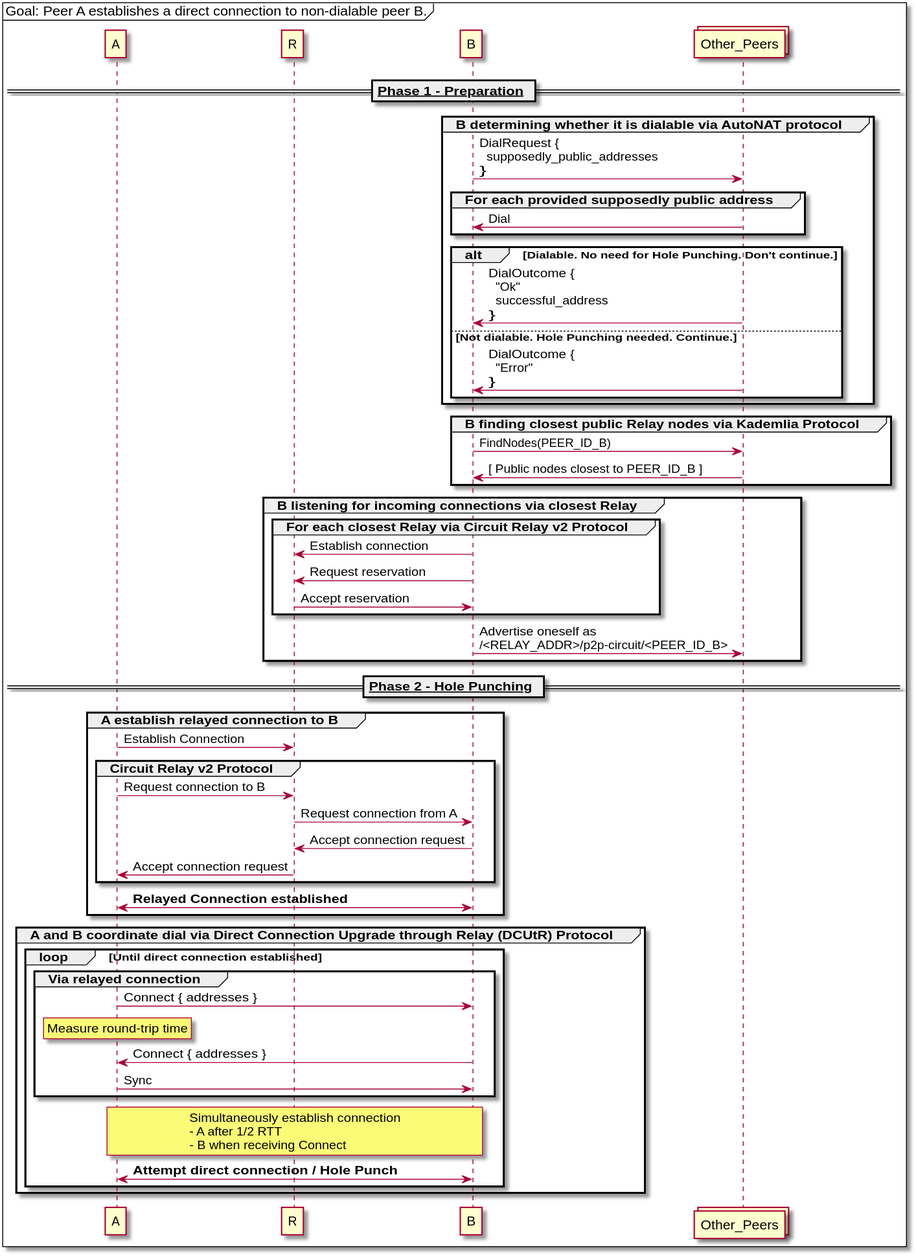
This is src/assets/libp2p-hole-punching-overview.svg from ipfs/ipfs-blog, a PlantUML export, as it was before one commit.
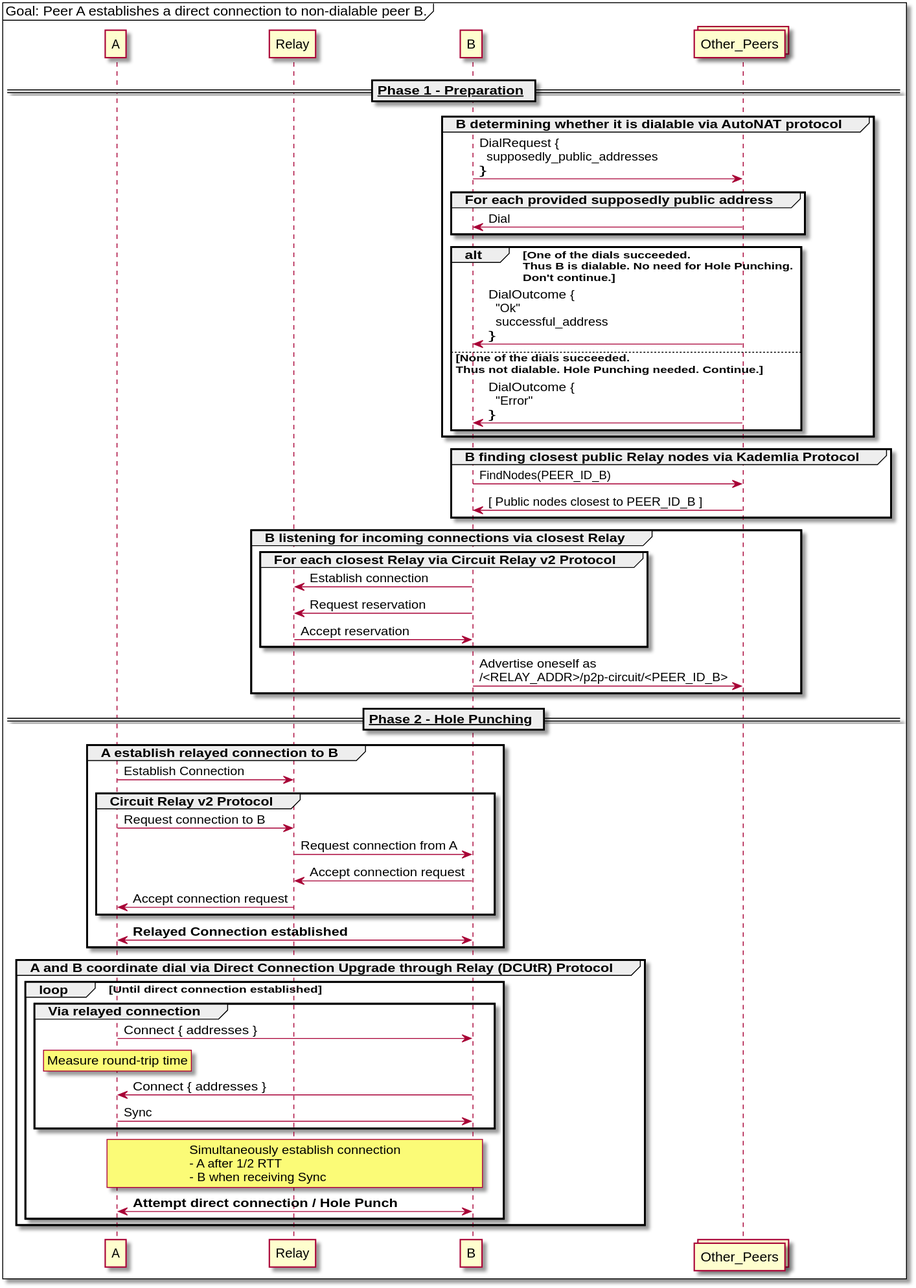
After the change.

The edit, as a diff of the source:
```diff
@@ -1,6 +1,6 @@
 @startuml
 participant A
-participant R
+participant Relay
 participant B
 collections Other_Peers
 
@@ -13,9 +13,9 @@
         group For each provided supposedly public address
                 Other_Peers -> B: Dial
         end
-        alt Dialable. No need for Hole Punching. Don't continue.
+        alt One of the dials succeeded.\nThus B is dialable. No need for Hole Punching.\nDon't continue.
                 Other_Peers -> B: DialOutcome {\n  "Ok"\n  successful_address\n}
-        else Not dialable. Hole Punching needed. Continue.
+        else None of the dials succeeded.\nThus not dialable. Hole Punching needed. Continue.
                 Other_Peers -> B: DialOutcome {\n  "Error"\n}
         end
 end
@@ -27,9 +27,9 @@
 
 group B listening for incoming connections via closest Relay
         group For each closest Relay via Circuit Relay v2 Protocol
-                B -> R: Establish connection
-                B -> R: Request reservation
-                R -> B: Accept reservation
+                B -> Relay: Establish connection
+                B -> Relay: Request reservation
+                Relay -> B: Accept reservation
         end
         B -> Other_Peers: Advertise oneself as\n/<RELAY_ADDR>/p2p-circuit/<PEER_ID_B>
 end
@@ -38,12 +38,12 @@
 
 group A establish relayed connection to B
 
-        A -> R: Establish Connection
+        A -> Relay: Establish Connection
         group Circuit Relay v2 Protocol
-                A -> R: Request connection to B
-                R -> B: Request connection from A
-                B -> R: Accept connection request
-                R -> A: Accept connection request
+                A -> Relay: Request connection to B
+                Relay -> B: Request connection from A
+                B -> Relay: Accept connection request
+                Relay -> A: Accept connection request
         end
 
         A <-> B: **Relayed Connection established**
@@ -58,7 +58,7 @@
                         B -> A: Connect { addresses }
                         A -> B: Sync
                 end
-                rnote over A, B: Simultaneously establish connection\n- A after 1/2 RTT\n- B when receiving Connect
+                rnote over A, B: Simultaneously establish connection\n- A after 1/2 RTT\n- B when receiving Sync
                 A <-> B: **Attempt direct connection / Hole Punch**
         end
 end
```
